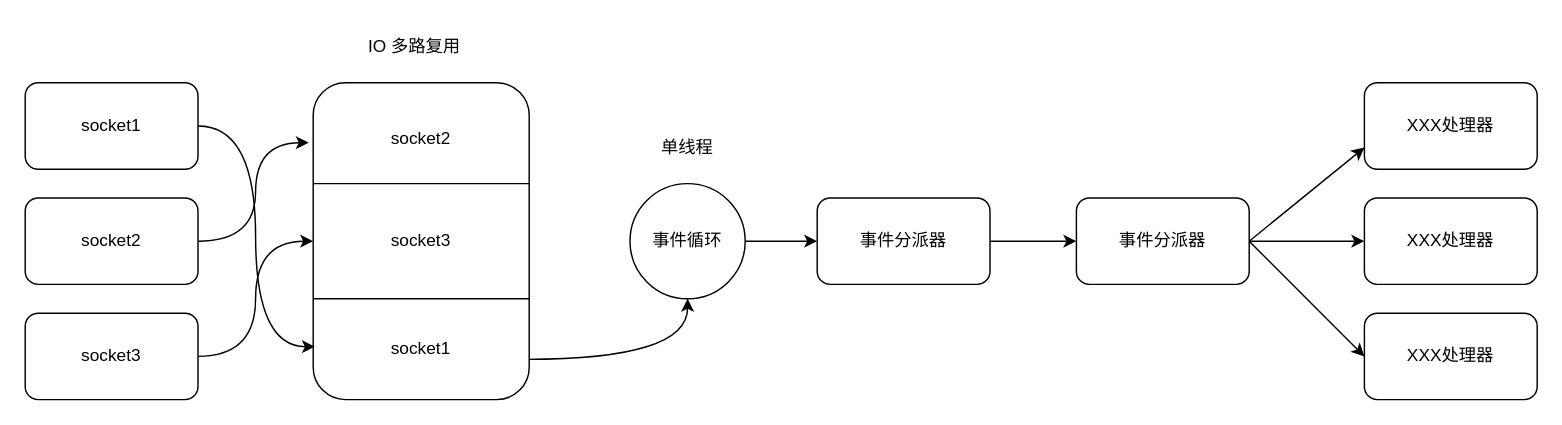
Above: redis高性能.drawio in Lainy0605/graduate (draw.io), before the change. Source tidied: cells renumbered, new cells numbered last; positions are measured from the earlier drawing's top-left corner, leaving out a move shared by most shapes. Both pictures are drawn from the tidied source at 144%, with x=0, y=0 at pixel (24, 24).
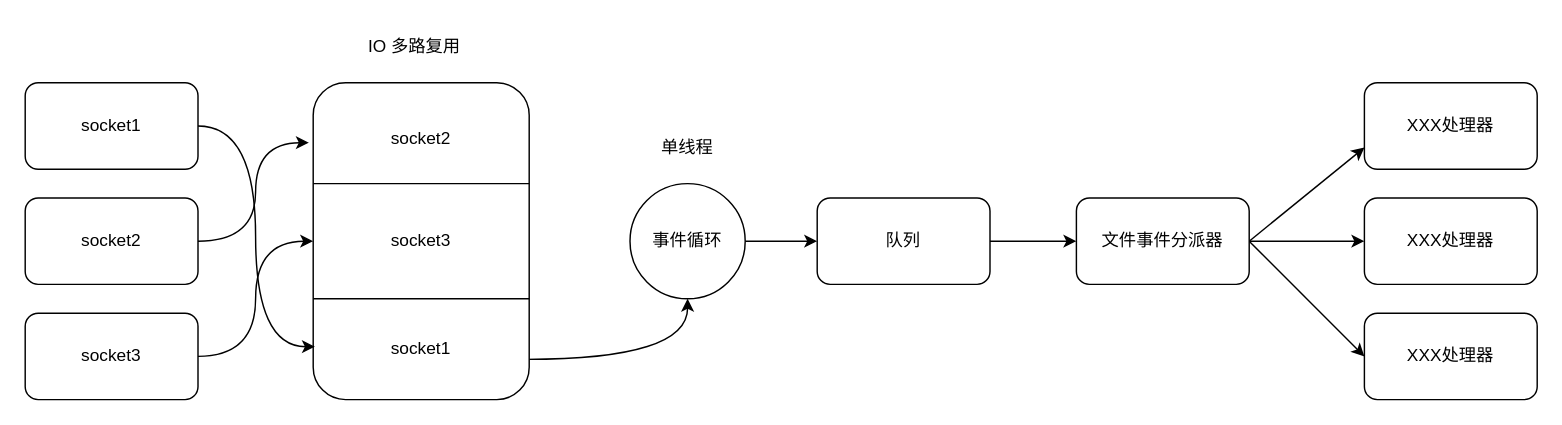
Above is the later version.

Commit message (it also covers changes not shown here):
更新redis高性能.drawio

Change to the diagram source:
```diff
@@
-    <mxCell id="19" value="事件分派器" style="rounded=1;whiteSpace=wrap;html=1;" parent="1" vertex="1">
+    <mxCell id="19" value="文件事件分派器" style="rounded=1;whiteSpace=wrap;html=1;" parent="1" vertex="1">
       <mxGeometry x="730" y="120" width="120" height="60" as="geometry" />
     </mxCell>
@@
-    <mxCell id="26" value="事件分派器" style="rounded=1;whiteSpace=wrap;html=1;" parent="1" vertex="1">
+    <mxCell id="26" value="队列" style="rounded=1;whiteSpace=wrap;html=1;" parent="1" vertex="1">
       <mxGeometry x="550" y="120" width="120" height="60" as="geometry" />
     </mxCell>
```
